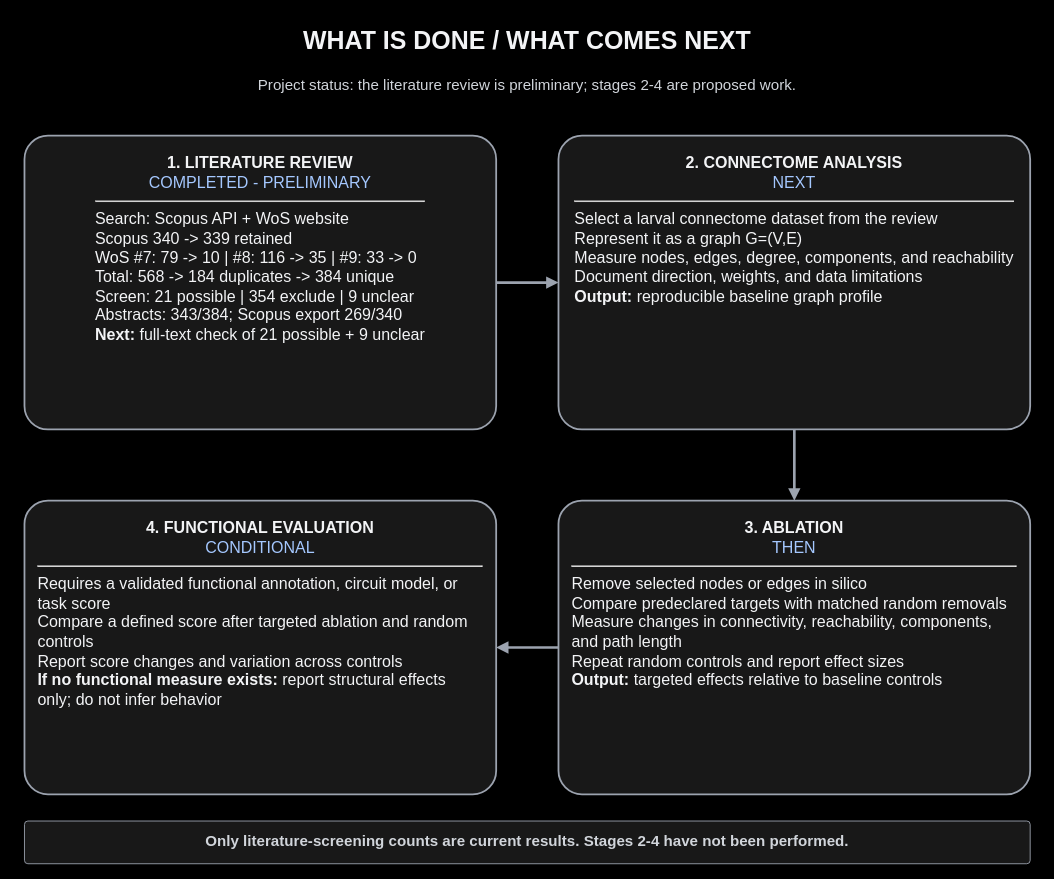
NicaAnatol/The-Road-to-the-Complete-Larval keeps this draw.io diagram as pipe.drawio. Above is the earlier version. Source tidied: cells renumbered, new cells numbered last; positions are measured from the earlier drawing's top-left corner, leaving out a move shared by most shapes. Both pictures are drawn from the tidied source at 89%, with x=0, y=0 at pixel (15, 15).
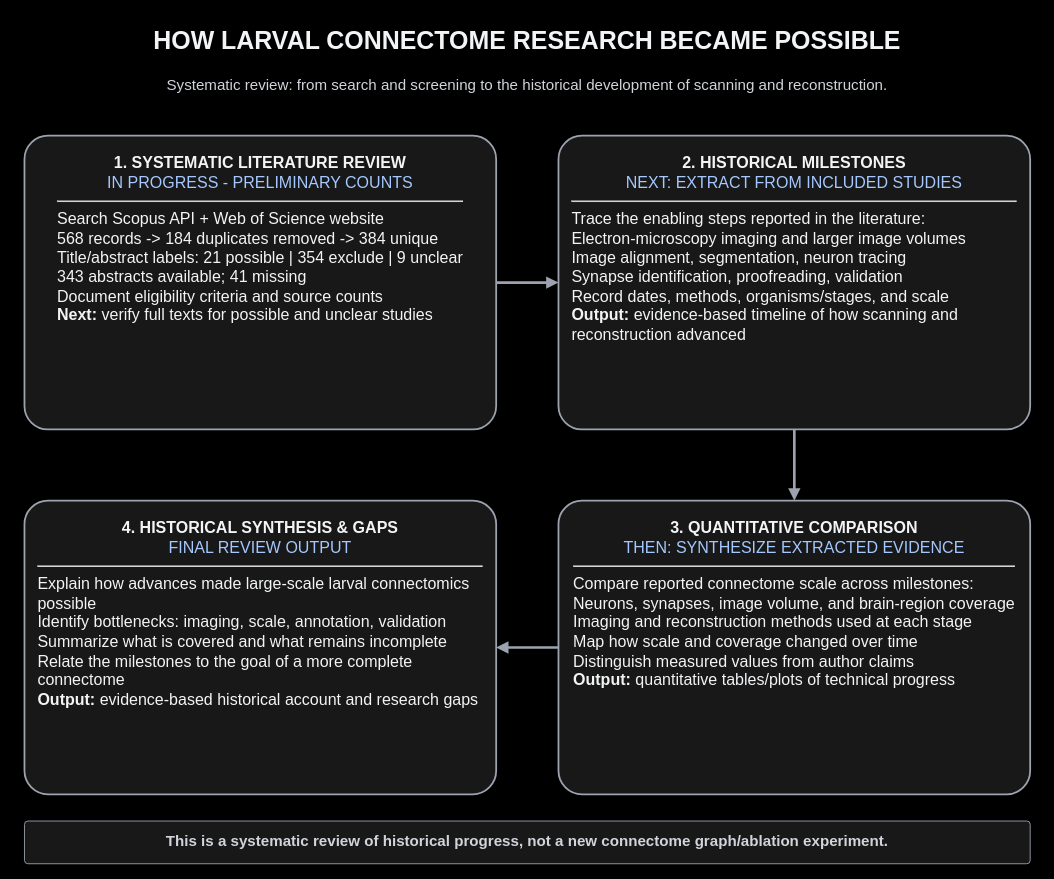
After the change.

Commit message (it also covers changes not shown here):
Align workflow with historical systematic review

What changed in the source:
```diff
@@
 <mxGraphModel background="#000000">
   <root>
     <mxCell id="0" />
     <mxCell id="1" parent="0" />
-    <mxCell id="2" value="WHAT IS DONE / WHAT COMES NEXT" style="text;html=1;align=center;verticalAlign=middle;whiteSpace=wrap;fontSize=28;fontStyle=1;fontColor=#F3F4F6;" parent="1" vertex="1">
+    <mxCell id="2" value="HOW LARVAL CONNECTOME RESEARCH BECAME POSSIBLE" style="text;html=1;align=center;verticalAlign=middle;whiteSpace=wrap;fontSize=28;fontStyle=1;fontColor=#F3F4F6;" parent="1" vertex="1">
       <mxGeometry width="1150" height="55" as="geometry" />
     </mxCell>
-    <mxCell id="3" value="Project status: the literature review is preliminary; stages 2-4 are proposed work." style="text;html=1;align=center;verticalAlign=middle;whiteSpace=wrap;fontSize=17;fontColor=#D1D5DB;" parent="1" vertex="1">
+    <mxCell id="3" value="Systematic review: from search and screening to the historical development of scanning and reconstruction." style="text;html=1;align=center;verticalAlign=middle;whiteSpace=wrap;fontSize=17;fontColor=#D1D5DB;" parent="1" vertex="1">
       <mxGeometry x="10" y="58" width="1130" height="42" as="geometry" />
     </mxCell>
-    <mxCell id="4" value="&lt;b&gt;1. LITERATURE REVIEW&lt;/b&gt;&lt;br&gt;&lt;font color=&quot;#A5C8FF&quot;&gt;COMPLETED - PRELIMINARY&lt;/font&gt;&lt;hr&gt;&lt;div align=&quot;left&quot;&gt;Search: Scopus API + WoS website&lt;br&gt;Scopus 340 -&gt; 339 retained&lt;br&gt;WoS #7: 79 -&gt; 10 | #8: 116 -&gt; 35 | #9: 33 -&gt; 0&lt;br&gt;Total: 568 -&gt; 184 duplicates -&gt; 384 unique&lt;br&gt;Screen: 21 possible | 354 exclude | 9 unclear&lt;br&gt;Abstracts: 343/384; Scopus export 269/340&lt;br&gt;&lt;b&gt;Next:&lt;/b&gt; full-text check of 21 possible + 9 unclear&lt;/div&gt;" style="rounded=1;whiteSpace=wrap;html=1;arcSize=8;fillColor=#181818;strokeColor=#9CA3AF;strokeWidth=2;fontColor=#F3F4F6;fontSize=18;align=center;verticalAlign=top;spacing=16;fontFamily=Arial;" parent="1" vertex="1">
+    <mxCell id="4" value="&lt;b&gt;1. SYSTEMATIC LITERATURE REVIEW&lt;/b&gt;&lt;br&gt;&lt;font color=&quot;#A5C8FF&quot;&gt;IN PROGRESS - PRELIMINARY COUNTS&lt;/font&gt;&lt;hr&gt;&lt;div align=&quot;left&quot;&gt;Search Scopus API + Web of Science website&lt;br&gt;568 records -&gt; 184 duplicates removed -&gt; 384 unique&lt;br&gt;Title/abstract labels: 21 possible | 354 exclude | 9 unclear&lt;br&gt;343 abstracts available; 41 missing&lt;br&gt;Document eligibility criteria and source counts&lt;br&gt;&lt;b&gt;Next:&lt;/b&gt; verify full texts for possible and unclear studies&lt;/div&gt;" style="rounded=1;whiteSpace=wrap;html=1;arcSize=8;fillColor=#181818;strokeColor=#9CA3AF;strokeWidth=2;fontColor=#F3F4F6;fontSize=18;align=center;verticalAlign=top;spacing=16;fontFamily=Arial;" parent="1" vertex="1">
       <mxGeometry x="10" y="135" width="530" height="330" as="geometry" />
     </mxCell>
-    <mxCell id="5" value="&lt;b&gt;2. CONNECTOME ANALYSIS&lt;/b&gt;&lt;br&gt;&lt;font color=&quot;#A5C8FF&quot;&gt;NEXT&lt;/font&gt;&lt;hr&gt;&lt;div align=&quot;left&quot;&gt;Select a larval connectome dataset from the review&lt;br&gt;Represent it as a graph G=(V,E)&lt;br&gt;Measure nodes, edges, degree, components, and reachability&lt;br&gt;Document direction, weights, and data limitations&lt;br&gt;&lt;b&gt;Output:&lt;/b&gt; reproducible baseline graph profile&lt;/div&gt;" style="rounded=1;whiteSpace=wrap;html=1;arcSize=8;fillColor=#181818;strokeColor=#9CA3AF;strokeWidth=2;fontColor=#F3F4F6;fontSize=18;align=center;verticalAlign=top;spacing=16;fontFamily=Arial;" parent="1" vertex="1">
+    <mxCell id="5" value="&lt;b&gt;2. HISTORICAL MILESTONES&lt;/b&gt;&lt;br&gt;&lt;font color=&quot;#A5C8FF&quot;&gt;NEXT: EXTRACT FROM INCLUDED STUDIES&lt;/font&gt;&lt;hr&gt;&lt;div align=&quot;left&quot;&gt;Trace the enabling steps reported in the literature:&lt;br&gt;Electron-microscopy imaging and larger image volumes&lt;br&gt;Image alignment, segmentation, neuron tracing&lt;br&gt;Synapse identification, proofreading, validation&lt;br&gt;Record dates, methods, organisms/stages, and scale&lt;br&gt;&lt;b&gt;Output:&lt;/b&gt; evidence-based timeline of how scanning and reconstruction advanced&lt;/div&gt;" style="rounded=1;whiteSpace=wrap;html=1;arcSize=8;fillColor=#181818;strokeColor=#9CA3AF;strokeWidth=2;fontColor=#F3F4F6;fontSize=18;align=center;verticalAlign=top;spacing=16;fontFamily=Arial;" parent="1" vertex="1">
       <mxGeometry x="610" y="135" width="530" height="330" as="geometry" />
     </mxCell>
-    <mxCell id="6" value="&lt;b&gt;3. ABLATION&lt;/b&gt;&lt;br&gt;&lt;font color=&quot;#A5C8FF&quot;&gt;THEN&lt;/font&gt;&lt;hr&gt;&lt;div align=&quot;left&quot;&gt;Remove selected nodes or edges in silico&lt;br&gt;Compare predeclared targets with matched random removals&lt;br&gt;Measure changes in connectivity, reachability, components, and path length&lt;br&gt;Repeat random controls and report effect sizes&lt;br&gt;&lt;b&gt;Output:&lt;/b&gt; targeted effects relative to baseline controls&lt;/div&gt;" style="rounded=1;whiteSpace=wrap;html=1;arcSize=8;fillColor=#181818;strokeColor=#9CA3AF;strokeWidth=2;fontColor=#F3F4F6;fontSize=18;align=center;verticalAlign=top;spacing=16;fontFamily=Arial;" parent="1" vertex="1">
+    <mxCell id="6" value="&lt;b&gt;3. QUANTITATIVE COMPARISON&lt;/b&gt;&lt;br&gt;&lt;font color=&quot;#A5C8FF&quot;&gt;THEN: SYNTHESIZE EXTRACTED EVIDENCE&lt;/font&gt;&lt;hr&gt;&lt;div align=&quot;left&quot;&gt;Compare reported connectome scale across milestones:&lt;br&gt;Neurons, synapses, image volume, and brain-region coverage&lt;br&gt;Imaging and reconstruction methods used at each stage&lt;br&gt;Map how scale and coverage changed over time&lt;br&gt;Distinguish measured values from author claims&lt;br&gt;&lt;b&gt;Output:&lt;/b&gt; quantitative tables/plots of technical progress&lt;/div&gt;" style="rounded=1;whiteSpace=wrap;html=1;arcSize=8;fillColor=#181818;strokeColor=#9CA3AF;strokeWidth=2;fontColor=#F3F4F6;fontSize=18;align=center;verticalAlign=top;spacing=16;fontFamily=Arial;" parent="1" vertex="1">
       <mxGeometry x="610" y="545" width="530" height="330" as="geometry" />
     </mxCell>
-    <mxCell id="7" value="&lt;b&gt;4. FUNCTIONAL EVALUATION&lt;/b&gt;&lt;br&gt;&lt;font color=&quot;#A5C8FF&quot;&gt;CONDITIONAL&lt;/font&gt;&lt;hr&gt;&lt;div align=&quot;left&quot;&gt;Requires a validated functional annotation, circuit model, or task score&lt;br&gt;Compare a defined score after targeted ablation and random controls&lt;br&gt;Report score changes and variation across controls&lt;br&gt;&lt;b&gt;If no functional measure exists:&lt;/b&gt; report structural effects only; do not infer behavior&lt;/div&gt;" style="rounded=1;whiteSpace=wrap;html=1;arcSize=8;fillColor=#181818;strokeColor=#9CA3AF;strokeWidth=2;fontColor=#F3F4F6;fontSize=18;align=center;verticalAlign=top;spacing=16;fontFamily=Arial;" parent="1" vertex="1">
+    <mxCell id="7" value="&lt;b&gt;4. HISTORICAL SYNTHESIS &amp;amp; GAPS&lt;/b&gt;&lt;br&gt;&lt;font color=&quot;#A5C8FF&quot;&gt;FINAL REVIEW OUTPUT&lt;/font&gt;&lt;hr&gt;&lt;div align=&quot;left&quot;&gt;Explain how advances made large-scale larval connectomics possible&lt;br&gt;Identify bottlenecks: imaging, scale, annotation, validation&lt;br&gt;Summarize what is covered and what remains incomplete&lt;br&gt;Relate the milestones to the goal of a more complete connectome&lt;br&gt;&lt;b&gt;Output:&lt;/b&gt; evidence-based historical account and research gaps&lt;/div&gt;" style="rounded=1;whiteSpace=wrap;html=1;arcSize=8;fillColor=#181818;strokeColor=#9CA3AF;strokeWidth=2;fontColor=#F3F4F6;fontSize=18;align=center;verticalAlign=top;spacing=16;fontFamily=Arial;" parent="1" vertex="1">
       <mxGeometry x="10" y="545" width="530" height="330" as="geometry" />
     </mxCell>
     <mxCell id="8" style="edgeStyle=orthogonalEdgeStyle;rounded=0;jettySize=auto;html=1;strokeWidth=3;strokeColor=#9CA3AF;endArrow=block;endFill=1;exitX=1;exitY=0.5;entryX=0;entryY=0.5;" parent="1" edge="1" source="4" target="5">
       <mxGeometry relative="1" as="geometry" />
     </mxCell>
     <mxCell id="9" style="edgeStyle=orthogonalEdgeStyle;rounded=0;jettySize=auto;html=1;strokeWidth=3;strokeColor=#9CA3AF;endArrow=block;endFill=1;exitX=0.5;exitY=1;entryX=0.5;entryY=0;" parent="1" edge="1" source="5" target="6">
       <mxGeometry relative="1" as="geometry" />
     </mxCell>
     <mxCell id="10" style="edgeStyle=orthogonalEdgeStyle;rounded=0;jettySize=auto;html=1;strokeWidth=3;strokeColor=#9CA3AF;endArrow=block;endFill=1;exitX=0;exitY=0.5;entryX=1;entryY=0.5;" parent="1" edge="1" source="6" target="7">
       <mxGeometry relative="1" as="geometry" />
     </mxCell>
-    <mxCell id="11" value="Only literature-screening counts are current results. Stages 2-4 have not been performed." style="rounded=1;whiteSpace=wrap;html=1;arcSize=8;fillColor=#181818;strokeColor=#9CA3AF;fontColor=#D1D5DB;fontSize=17;fontStyle=1;spacing=10;fontFamily=Arial;" parent="1" vertex="1">
+    <mxCell id="11" value="This is a systematic review of historical progress, not a new connectome graph/ablation experiment." style="rounded=1;whiteSpace=wrap;html=1;arcSize=8;fillColor=#181818;strokeColor=#9CA3AF;fontColor=#D1D5DB;fontSize=17;fontStyle=1;spacing=10;fontFamily=Arial;" parent="1" vertex="1">
       <mxGeometry x="10" y="905" width="1130" height="48" as="geometry" />
     </mxCell>
   </root>
 </mxGraphModel>
```
